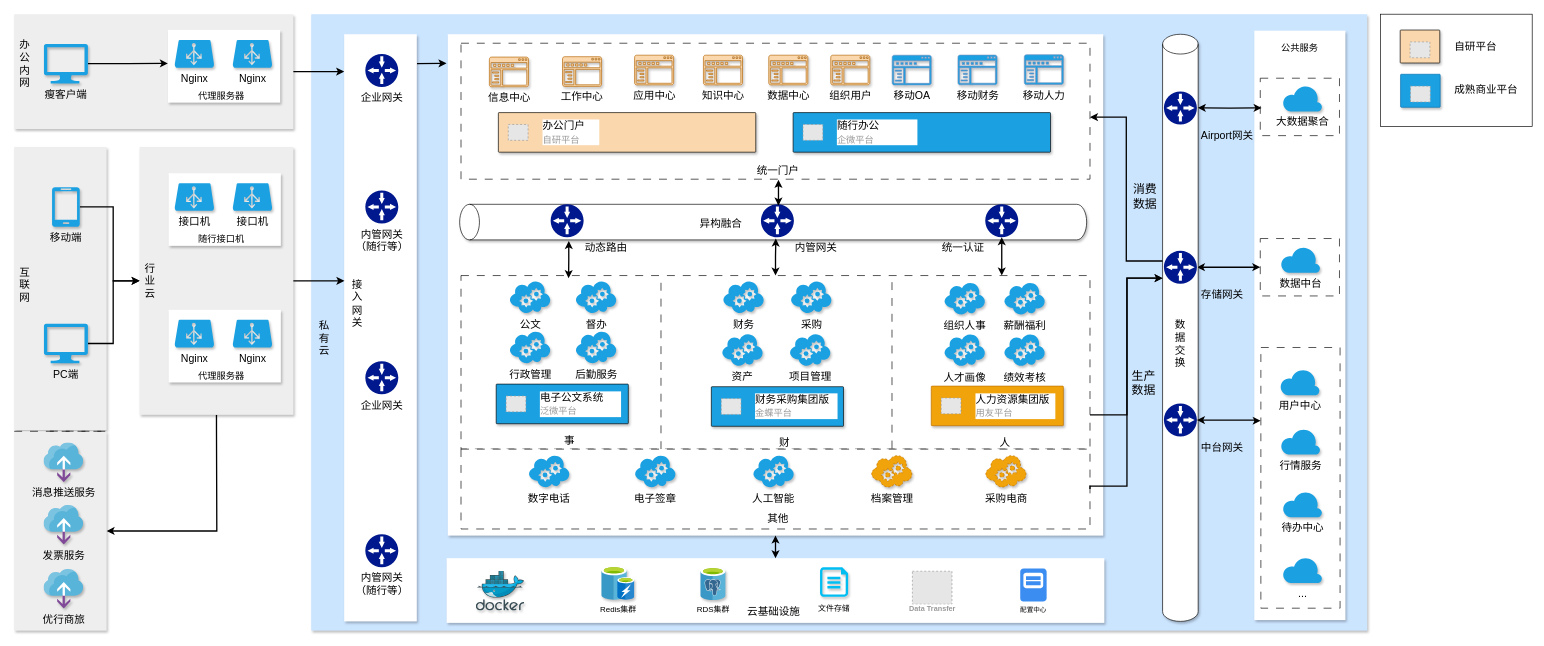
This is page "一网统管架构图20240305" (13 of 25) of Untitled Diagram.drawio from shiki-mqp/PrivatePods, a draw.io file, before an edit. Source tidied: cells renumbered, new cells numbered last; positions are measured from the earlier drawing's top-left corner, leaving out a move shared by most shapes. Both pictures are drawn from the tidied source at 66%, with x=0, y=0 at pixel (14, -92). Pictures stored in the file or linked from it are replaced by grey dashed boxes.
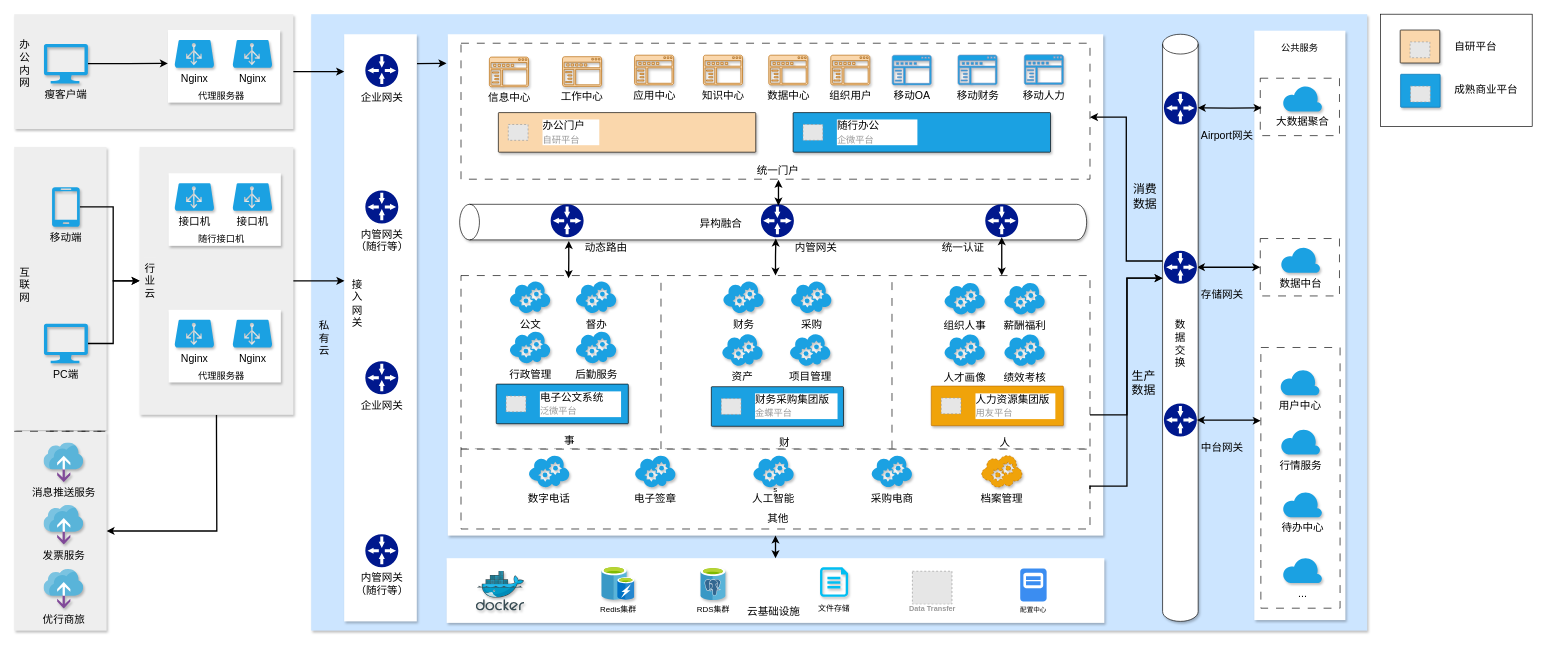
The same diagram, later.

The edit, as a diff of the source:
```diff
@@
-    <mxCell id="118" style="rounded=0;whiteSpace=wrap;html=1;shadow=0;dashed=1;dashPattern=12 12;" parent="1" vertex="1">
+    <mxCell id="118" value="s" style="rounded=0;whiteSpace=wrap;html=1;shadow=0;dashed=1;dashPattern=12 12;" parent="1" vertex="1">
       <mxGeometry x="677" y="819" width="953" height="121" as="geometry" />
     </mxCell>
@@
     <mxCell id="132" value="档案管理" style="verticalLabelPosition=bottom;html=1;verticalAlign=top;align=center;strokeColor=#BD7000;fillColor=#f0a30a;shape=mxgraph.azure.cloud_service;shadow=1;dashed=1;strokeWidth=1;fontSize=16;labelBackgroundColor=none;fontColor=#000000;" parent="1" vertex="1">
-      <mxGeometry x="1298.4" y="827.2" width="62.5" height="50" as="geometry" />
+      <mxGeometry x="1465.1" y="827.2" width="62.5" height="50" as="geometry" />
     </mxCell>
-    <mxCell id="133" value="采购电商" style="verticalLabelPosition=bottom;html=1;verticalAlign=top;align=center;strokeColor=#BD7000;fillColor=#f0a30a;shape=mxgraph.azure.cloud_service;shadow=1;dashed=1;strokeWidth=1;fontSize=16;fontColor=#000000;labelBackgroundColor=none;" parent="1" vertex="1">
-      <mxGeometry x="1471.3" y="827.2" width="62.5" height="50" as="geometry" />
+    <mxCell id="133" value="采购电商" style="verticalLabelPosition=bottom;html=1;verticalAlign=top;align=center;strokeColor=none;fillColor=#1ba1e2;shape=mxgraph.azure.cloud_service;shadow=1;dashed=1;strokeWidth=1;fontSize=16;fontColor=#000000;labelBackgroundColor=none;fontFamily=Helvetica;" parent="1" vertex="1">
+      <mxGeometry x="1298.4" y="827.2" width="62.5" height="50" as="geometry" />
     </mxCell>
```
